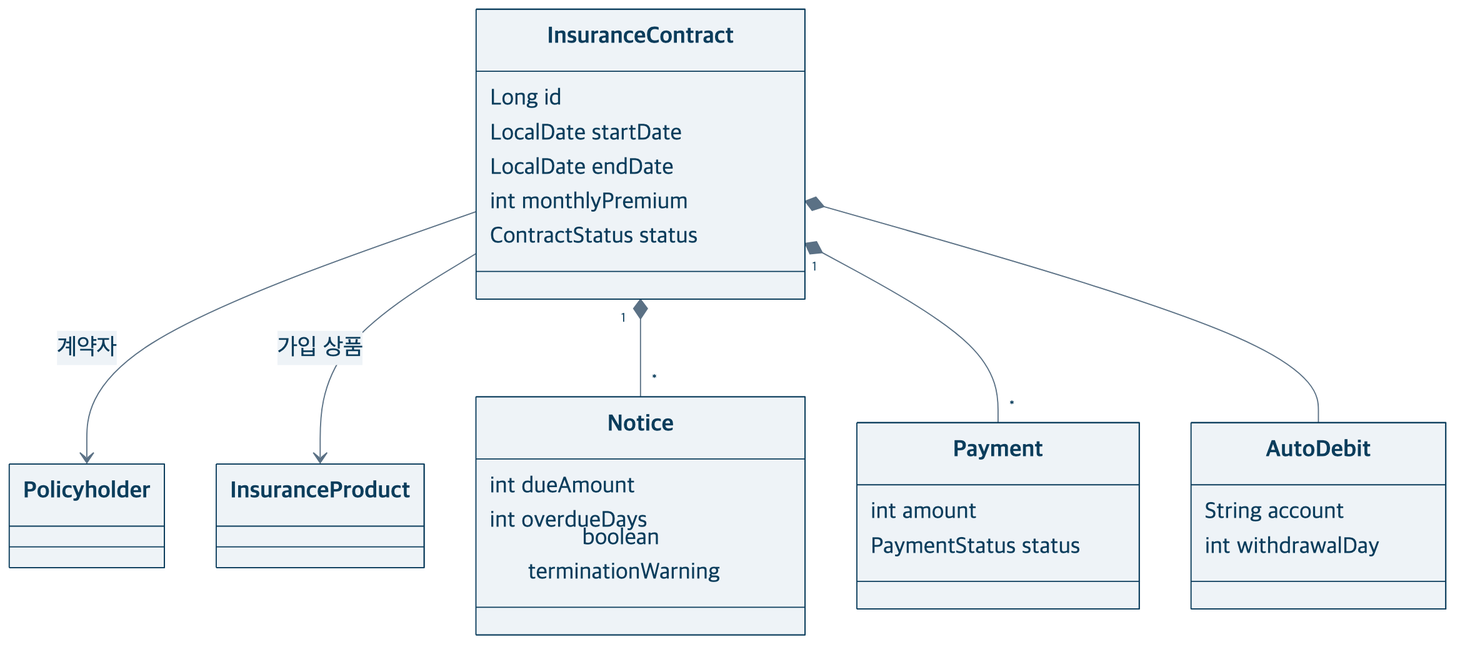
heyoonyoon/distributed-programming keeps this Mermaid diagram as docs/presentation/diagrams/clusters/contract-code.png. Above is the earlier version. Its source is kept beside it as docs/presentation/diagrams/clusters/contract-code.mmd.
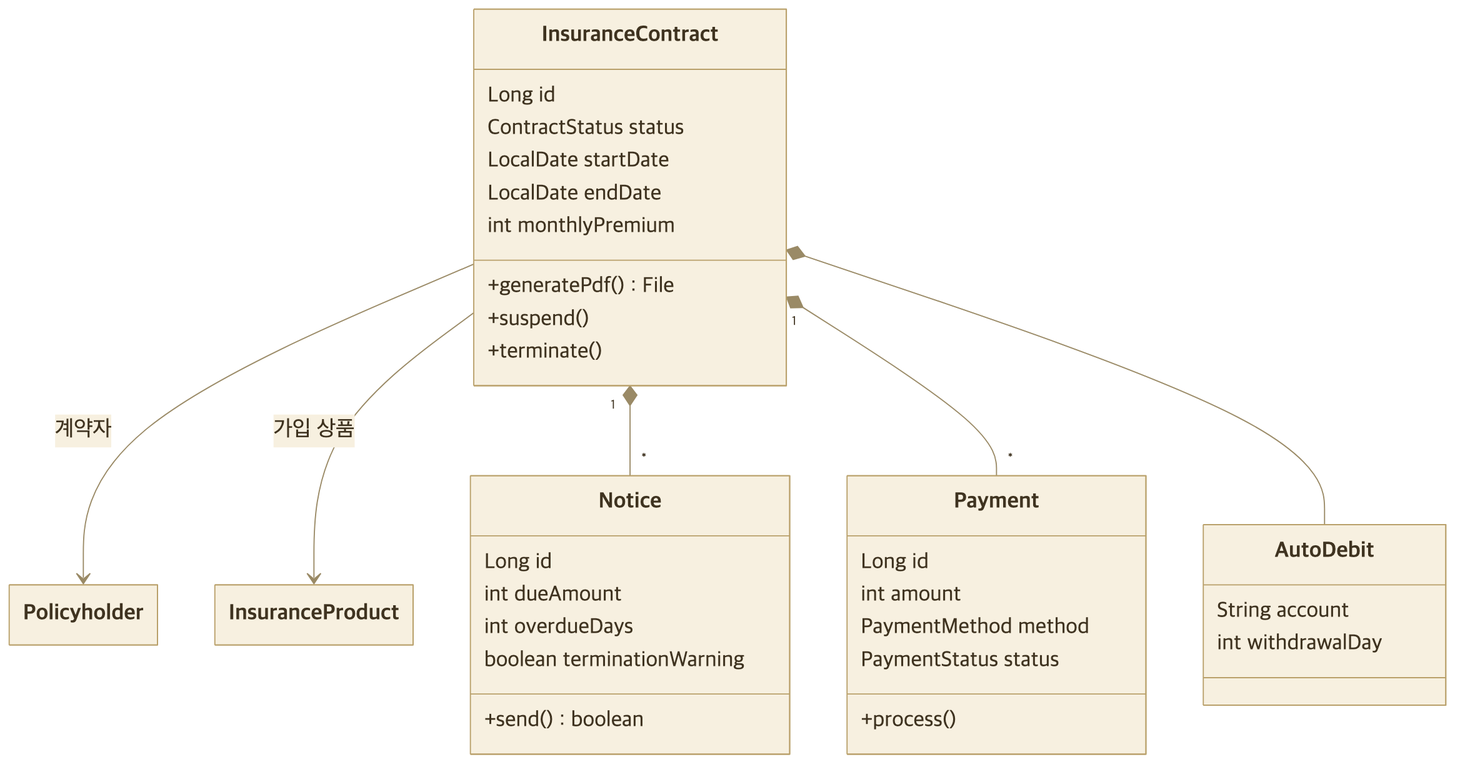
The same diagram one commit later.

Diff of the diagram source:
```diff
@@ -2,21 +2,29 @@
 direction TB
 class InsuranceContract {
   Long id
+  ContractStatus status
   LocalDate startDate
   LocalDate endDate
   int monthlyPremium
-  ContractStatus status
+  +generatePdf() File
+  +suspend()
+  +terminate()
 }
 class Policyholder
 class InsuranceProduct
 class Notice {
+  Long id
   int dueAmount
   int overdueDays
   boolean terminationWarning
+  +send() boolean
 }
 class Payment {
+  Long id
   int amount
+  PaymentMethod method
   PaymentStatus status
+  +process()
 }
 class AutoDebit {
   String account
```
